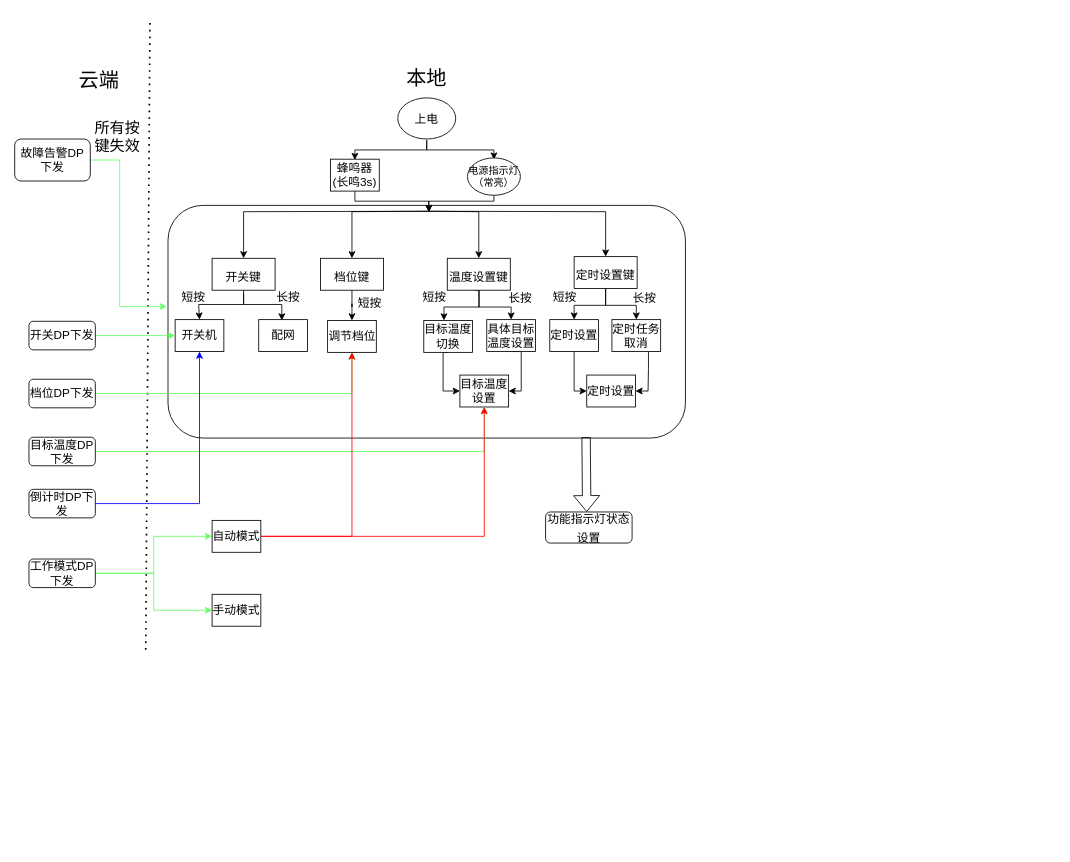
Above: software_frame.drawio in JeffYec/Jeff (draw.io), before the change. Source tidied: cells renumbered, new cells numbered last; positions are measured from the earlier drawing's top-left corner, leaving out a move shared by most shapes. Both pictures are drawn from the tidied source at 84%, with x=0, y=0 at pixel (14, 23).
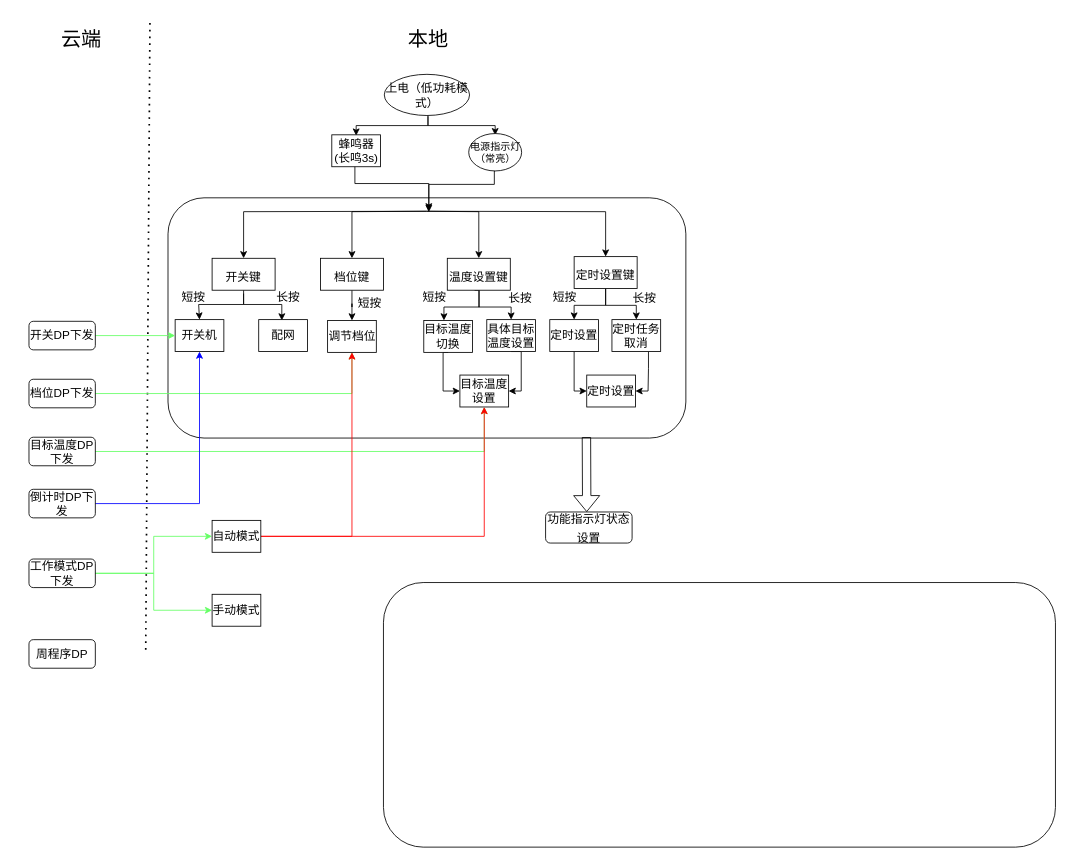
After the change.

Change to the diagram source:
```diff
@@
     <mxCell id="2" value="&lt;font style=&quot;font-size: 24px&quot;&gt;云端&lt;/font&gt;" style="text;html=1;strokeColor=none;fillColor=none;align=center;verticalAlign=middle;whiteSpace=wrap;rounded=0;" parent="1" vertex="1">
-      <mxGeometry x="54" y="38" width="93" height="59" as="geometry" />
+      <mxGeometry x="33" y="-10" width="93" height="59" as="geometry" />
     </mxCell>
@@
     <mxCell id="4" value="&lt;font style=&quot;font-size: 24px&quot;&gt;本地&lt;/font&gt;" style="text;html=1;strokeColor=none;fillColor=none;align=center;verticalAlign=middle;whiteSpace=wrap;rounded=0;" parent="1" vertex="1">
-      <mxGeometry x="444" y="36" width="93" height="59" as="geometry" />
+      <mxGeometry x="446" y="-10" width="93" height="59" as="geometry" />
     </mxCell>
@@
     <mxCell id="20" style="edgeStyle=orthogonalEdgeStyle;rounded=0;orthogonalLoop=1;jettySize=auto;html=1;exitX=0.5;exitY=1;exitDx=0;exitDy=0;labelBackgroundColor=#66FF66;labelBorderColor=#66FF66;fontSize=14;fontColor=#000000;strokeColor=#000000;" parent="1" edge="1">
       <mxGeometry relative="1" as="geometry">
-        <mxPoint x="490.5" y="140" as="sourcePoint" />
-        <mxPoint x="570.5" y="162.5" as="targetPoint" />
+        <mxPoint x="492" y="111" as="sourcePoint" />
+        <mxPoint x="572" y="133.5" as="targetPoint" />
         <Array as="points">
-          <mxPoint x="491" y="151" />
-          <mxPoint x="571" y="151" />
+          <mxPoint x="492.5" y="122" />
+          <mxPoint x="572.5" y="122" />
         </Array>
       </mxGeometry>
     </mxCell>
     <mxCell id="21" style="edgeStyle=orthogonalEdgeStyle;rounded=0;orthogonalLoop=1;jettySize=auto;html=1;exitX=0.5;exitY=1;exitDx=0;exitDy=0;labelBackgroundColor=#66FF66;labelBorderColor=#66FF66;fontSize=14;fontColor=#000000;strokeColor=#000000;" parent="1" edge="1">
       <mxGeometry relative="1" as="geometry">
-        <mxPoint x="490.5" y="139" as="sourcePoint" />
-        <mxPoint x="405" y="163" as="targetPoint" />
+        <mxPoint x="492" y="110" as="sourcePoint" />
+        <mxPoint x="406.5" y="134" as="targetPoint" />
         <Array as="points">
-          <mxPoint x="491" y="151" />
-          <mxPoint x="405" y="151" />
+          <mxPoint x="492.5" y="122" />
+          <mxPoint x="406.5" y="122" />
         </Array>
       </mxGeometry>
     </mxCell>
-    <mxCell id="22" value="上电" style="ellipse;whiteSpace=wrap;html=1;fontSize=14;" parent="1" vertex="1">
-      <mxGeometry x="456" y="89" width="69" height="49" as="geometry" />
+    <mxCell id="22" value="上电（低功耗模式）" style="ellipse;whiteSpace=wrap;html=1;fontSize=14;" parent="1" vertex="1">
+      <mxGeometry x="440" y="61" width="101.5" height="49" as="geometry" />
     </mxCell>
@@
     <mxCell id="41" style="rounded=1;whiteSpace=wrap;html=1;fontSize=14;fillColor=none;" parent="1" vertex="1">
-      <mxGeometry x="182.5" y="217" width="616" height="277" as="geometry" />
+      <mxGeometry x="182.5" y="208" width="616.5" height="286" as="geometry" />
     </mxCell>
@@
-    <mxCell id="55" style="edgeStyle=orthogonalEdgeStyle;rounded=0;jettySize=auto;html=1;entryX=-0.002;entryY=0.435;entryDx=0;entryDy=0;entryPerimeter=0;fontSize=14;strokeColor=#66FF66;" parent="1" edge="1" source="56" target="41">
-      <mxGeometry relative="1" as="geometry">
-        <Array as="points">
-          <mxPoint x="125" y="163" />
-          <mxPoint x="125" y="338" />
-        </Array>
-      </mxGeometry>
-    </mxCell>
-    <mxCell id="56" value="故障告警DP下发" style="rounded=1;whiteSpace=wrap;html=1;fontSize=14;fillColor=none;" parent="1" vertex="1">
-      <mxGeometry y="138" width="90" height="50" as="geometry" />
-    </mxCell>
-    <mxCell id="57" value="&lt;font style=&quot;font-size: 18px&quot;&gt;所有按键失效&lt;/font&gt;" style="text;html=1;strokeColor=none;fillColor=none;align=center;verticalAlign=middle;whiteSpace=wrap;rounded=0;fontSize=14;" parent="1" vertex="1">
-      <mxGeometry x="87" y="114" width="71" height="44" as="geometry" />
-    </mxCell>
@@
-    <mxCell id="64" style="edgeStyle=orthogonalEdgeStyle;rounded=0;jettySize=auto;html=1;exitX=0.5;exitY=1;exitDx=0;exitDy=0;labelBackgroundColor=#66FF66;labelBorderColor=#66FF66;fontSize=14;fontColor=#000000;strokeColor=#000000;" parent="1" edge="1" source="65">
+    <mxCell id="64" style="edgeStyle=orthogonalEdgeStyle;rounded=0;orthogonalLoop=1;jettySize=auto;html=1;exitX=0.5;exitY=1;exitDx=0;exitDy=0;labelBackgroundColor=#66FF66;labelBorderColor=#66FF66;fontSize=14;fontColor=#000000;strokeColor=#000000;" parent="1" edge="1">
       <mxGeometry relative="1" as="geometry">
-        <mxPoint x="493" y="225" as="targetPoint" />
+        <mxPoint x="406.5" y="169" as="sourcePoint" />
+        <mxPoint x="493" y="223" as="targetPoint" />
         <Array as="points">
-          <mxPoint x="405" y="212" />
-          <mxPoint x="493" y="212" />
+          <mxPoint x="405" y="169" />
+          <mxPoint x="405" y="191" />
+          <mxPoint x="493" y="191" />
         </Array>
       </mxGeometry>
     </mxCell>
     <mxCell id="65" value="蜂鸣器(长鸣3s)" style="rounded=0;whiteSpace=wrap;html=1;fontSize=14;" parent="1" vertex="1">
-      <mxGeometry x="376" y="162" width="58" height="38" as="geometry" />
+      <mxGeometry x="377.5" y="133" width="58" height="38" as="geometry" />
     </mxCell>
     <mxCell id="66" style="edgeStyle=orthogonalEdgeStyle;rounded=0;jettySize=auto;html=1;exitX=0.5;exitY=1;exitDx=0;exitDy=0;labelBackgroundColor=#66FF66;labelBorderColor=#66FF66;fontSize=14;fontColor=#000000;strokeColor=#000000;" parent="1" edge="1" source="67">
       <mxGeometry relative="1" as="geometry">
         <mxPoint x="493" y="225" as="targetPoint" />
         <Array as="points">
-          <mxPoint x="571" y="212" />
-          <mxPoint x="493" y="212" />
+          <mxPoint x="571" y="176" />
+          <mxPoint x="571" y="192" />
+          <mxPoint x="493" y="192" />
         </Array>
       </mxGeometry>
     </mxCell>
     <mxCell id="67" value="电源指示灯（常亮）" style="ellipse;whiteSpace=wrap;html=1;" parent="1" vertex="1">
-      <mxGeometry x="539" y="160.5" width="63" height="44.5" as="geometry" />
+      <mxGeometry x="540.5" y="131.5" width="63" height="44.5" as="geometry" />
     </mxCell>
+    <mxCell id="68" value="周程序DP" style="rounded=1;whiteSpace=wrap;html=1;fontSize=14;fillColor=none;" parent="1" vertex="1">
+      <mxGeometry x="17" y="734" width="79" height="34" as="geometry" />
+    </mxCell>
+    <mxCell id="69" style="rounded=1;whiteSpace=wrap;html=1;fontSize=14;fontColor=#000000;fillColor=none;" parent="1" vertex="1">
+      <mxGeometry x="439" y="666" width="800" height="315" as="geometry" />
+    </mxCell>
```
